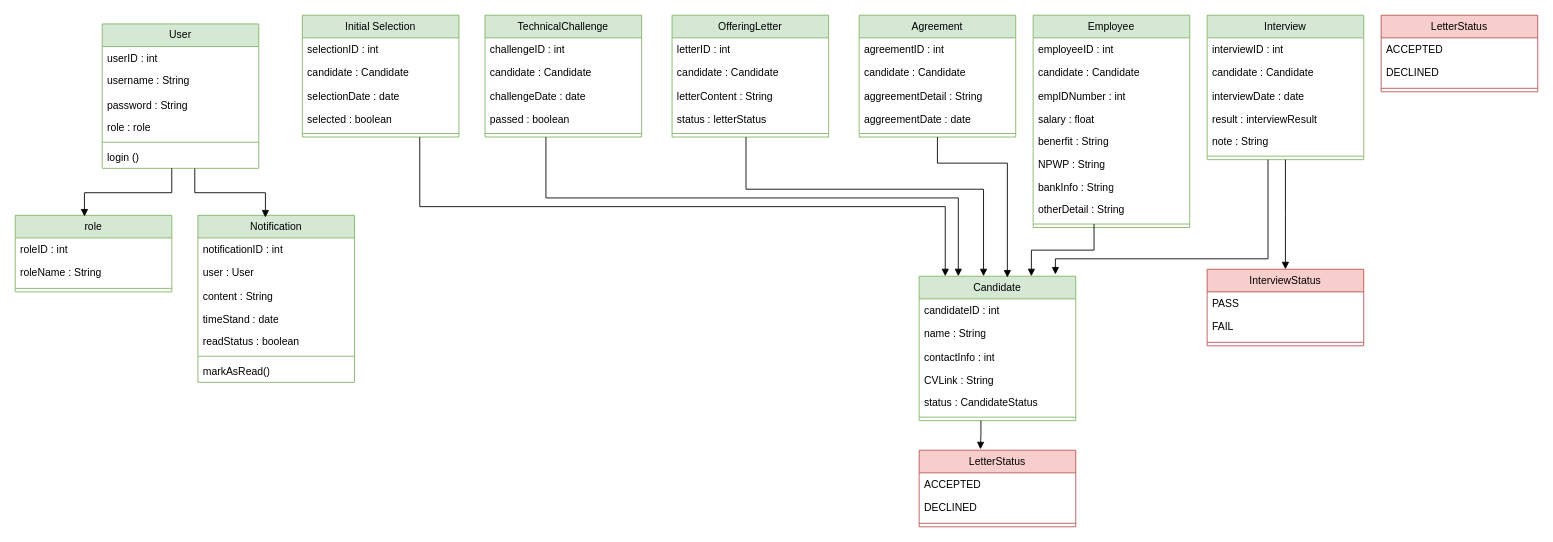
atinaanz/atina.schema keeps this draw.io diagram as page "Page-2" (2 of 4) of HRPlantUML.drawio. Above is the earlier version. Source tidied: cells renumbered, new cells numbered last; positions are measured from the earlier drawing's top-left corner, leaving out a move shared by most shapes. Both pictures are drawn from the tidied source at 87%, with x=0, y=0 at pixel (15, 15).
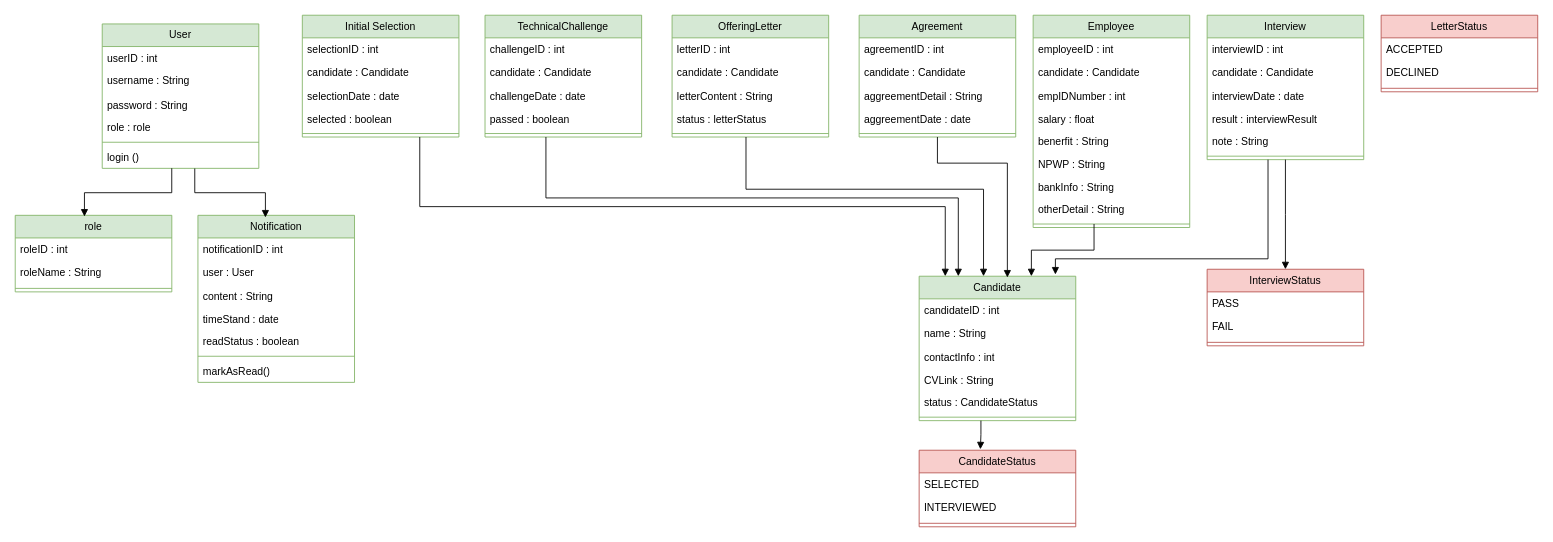
The same diagram, later.

What changed in the source:
```diff
@@
-    <mxCell id="67" value="LetterStatus" style="swimlane;fontStyle=0;horizontal=1;startSize=26;fillColor=#f8cecc;whiteSpace=wrap;html=1;strokeColor=#b85450;" parent="1" vertex="1">
+    <mxCell id="67" value="CandidateStatus" style="swimlane;fontStyle=0;horizontal=1;startSize=26;fillColor=#f8cecc;whiteSpace=wrap;html=1;strokeColor=#b85450;" parent="1" vertex="1">
       <mxGeometry x="1039" y="500" width="180" height="88" as="geometry" />
     </mxCell>
-    <mxCell id="68" value="ACCEPTED" style="text;strokeColor=none;fillColor=none;align=left;verticalAlign=top;spacingLeft=4;spacingRight=4;overflow=hidden;whiteSpace=wrap;html=1;" parent="67" vertex="1">
+    <mxCell id="68" value="SELECTED" style="text;strokeColor=none;fillColor=none;align=left;verticalAlign=top;spacingLeft=4;spacingRight=4;overflow=hidden;whiteSpace=wrap;html=1;" parent="67" vertex="1">
       <mxGeometry y="26" width="180" height="26" as="geometry" />
     </mxCell>
-    <mxCell id="69" value="DECLINED" style="text;strokeColor=none;fillColor=none;align=left;verticalAlign=top;spacingLeft=4;spacingRight=4;overflow=hidden;whiteSpace=wrap;html=1;" parent="67" vertex="1">
+    <mxCell id="69" value="INTERVIEWED" style="text;strokeColor=none;fillColor=none;align=left;verticalAlign=top;spacingLeft=4;spacingRight=4;overflow=hidden;whiteSpace=wrap;html=1;" parent="67" vertex="1">
       <mxGeometry y="52" width="180" height="28" as="geometry" />
     </mxCell>
```
